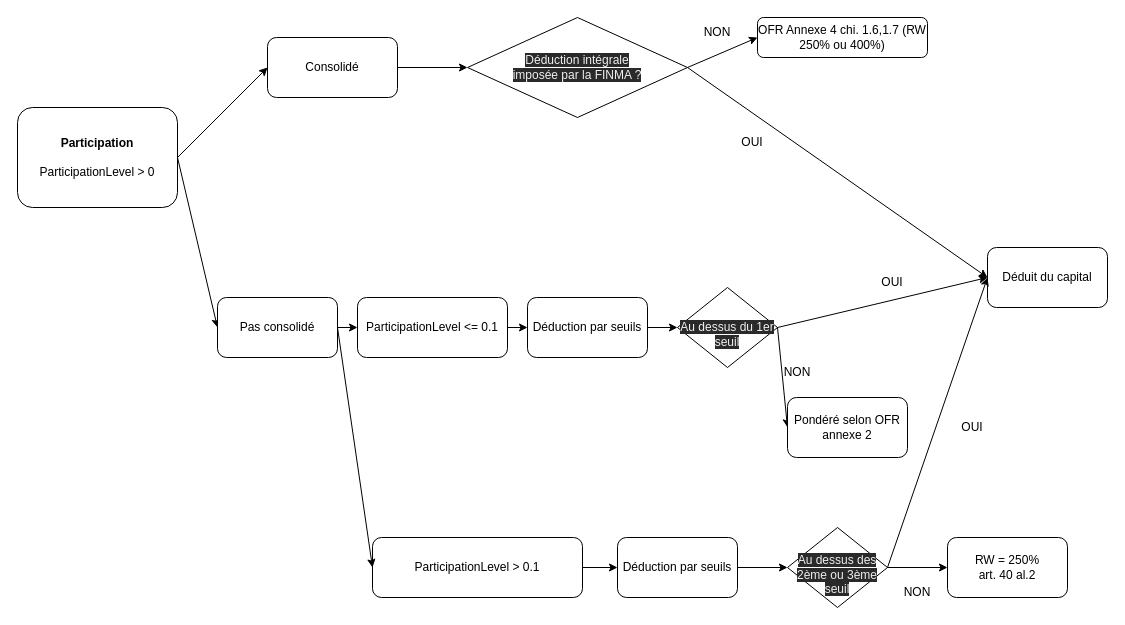
The draw.io diagram mkdocs/FunctionalDoc/diagrams/Participations.drawio in quadrum-solutions/quadrum-solutions.github.io, before the edit. Source tidied: cells renumbered, new cells numbered last; positions are measured from the earlier drawing's top-left corner, leaving out a move shared by most shapes. Both pictures are drawn from the tidied source at 100%, with x=0, y=0 at pixel (17, 17).
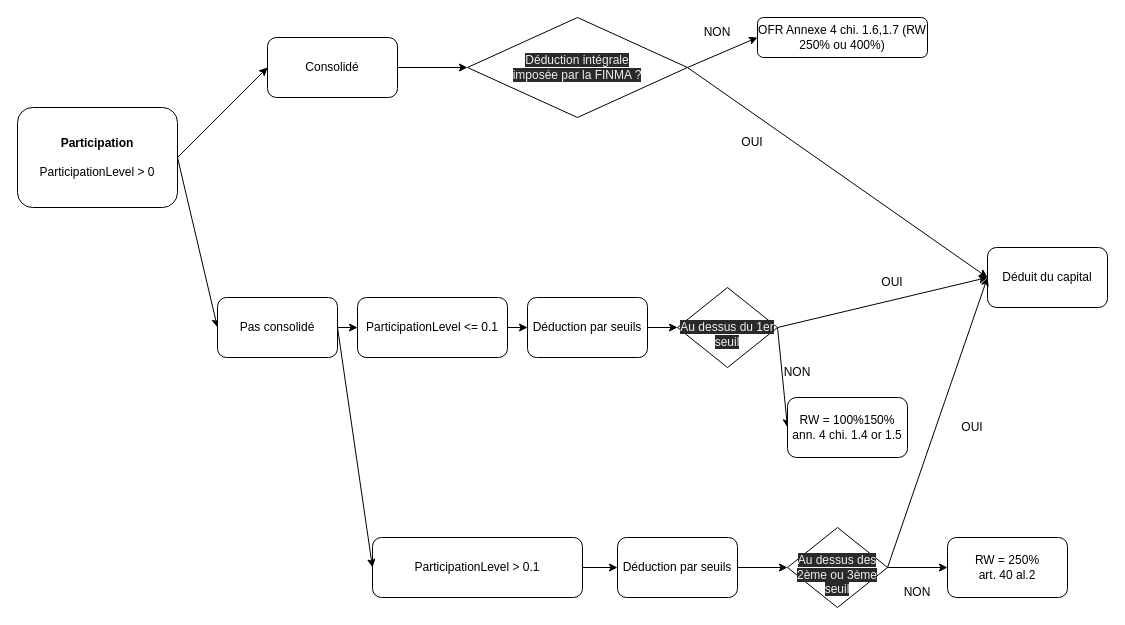
The same diagram, later.

Change to the diagram source:
```diff
@@
-    <mxCell id="22" value="Pondéré selon OFR annexe 2" style="rounded=1;whiteSpace=wrap;html=1;" parent="1" vertex="1">
+    <mxCell id="22" value="&lt;div&gt;&lt;span style=&quot;background-color: initial;&quot;&gt;RW = 100%150%&lt;/span&gt;&lt;br&gt;&lt;/div&gt;&lt;div&gt;ann. 4 chi. 1.4 or 1.5&lt;/div&gt;" style="rounded=1;whiteSpace=wrap;html=1;" parent="1" vertex="1">
       <mxGeometry x="770" y="380" width="120" height="60" as="geometry" />
     </mxCell>
```
